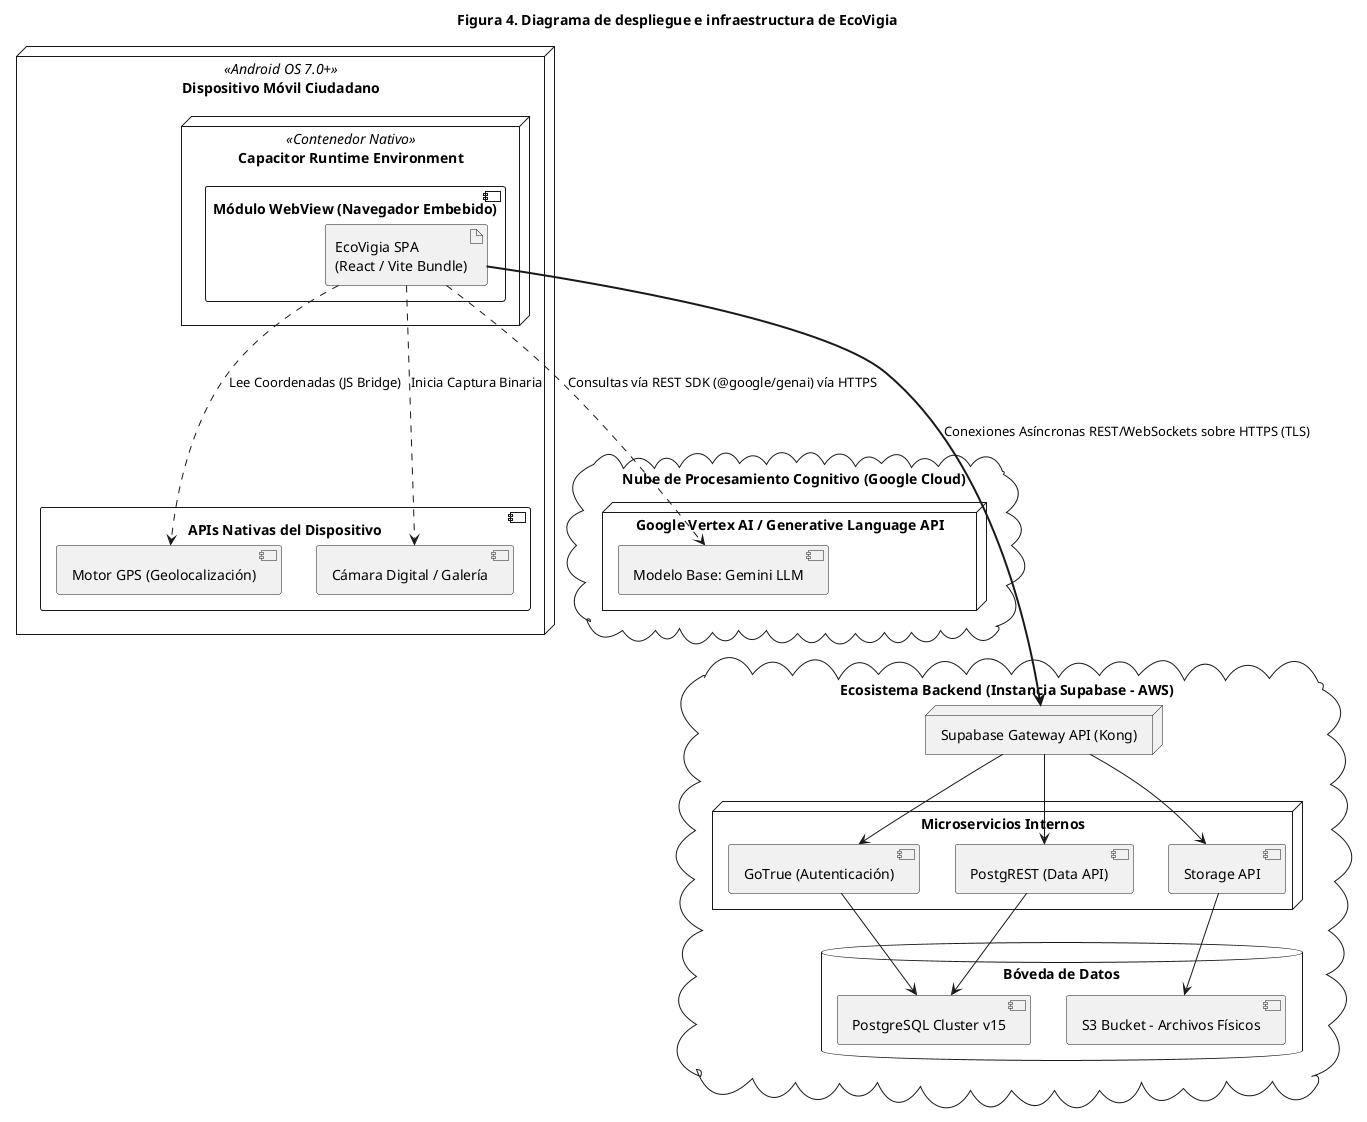
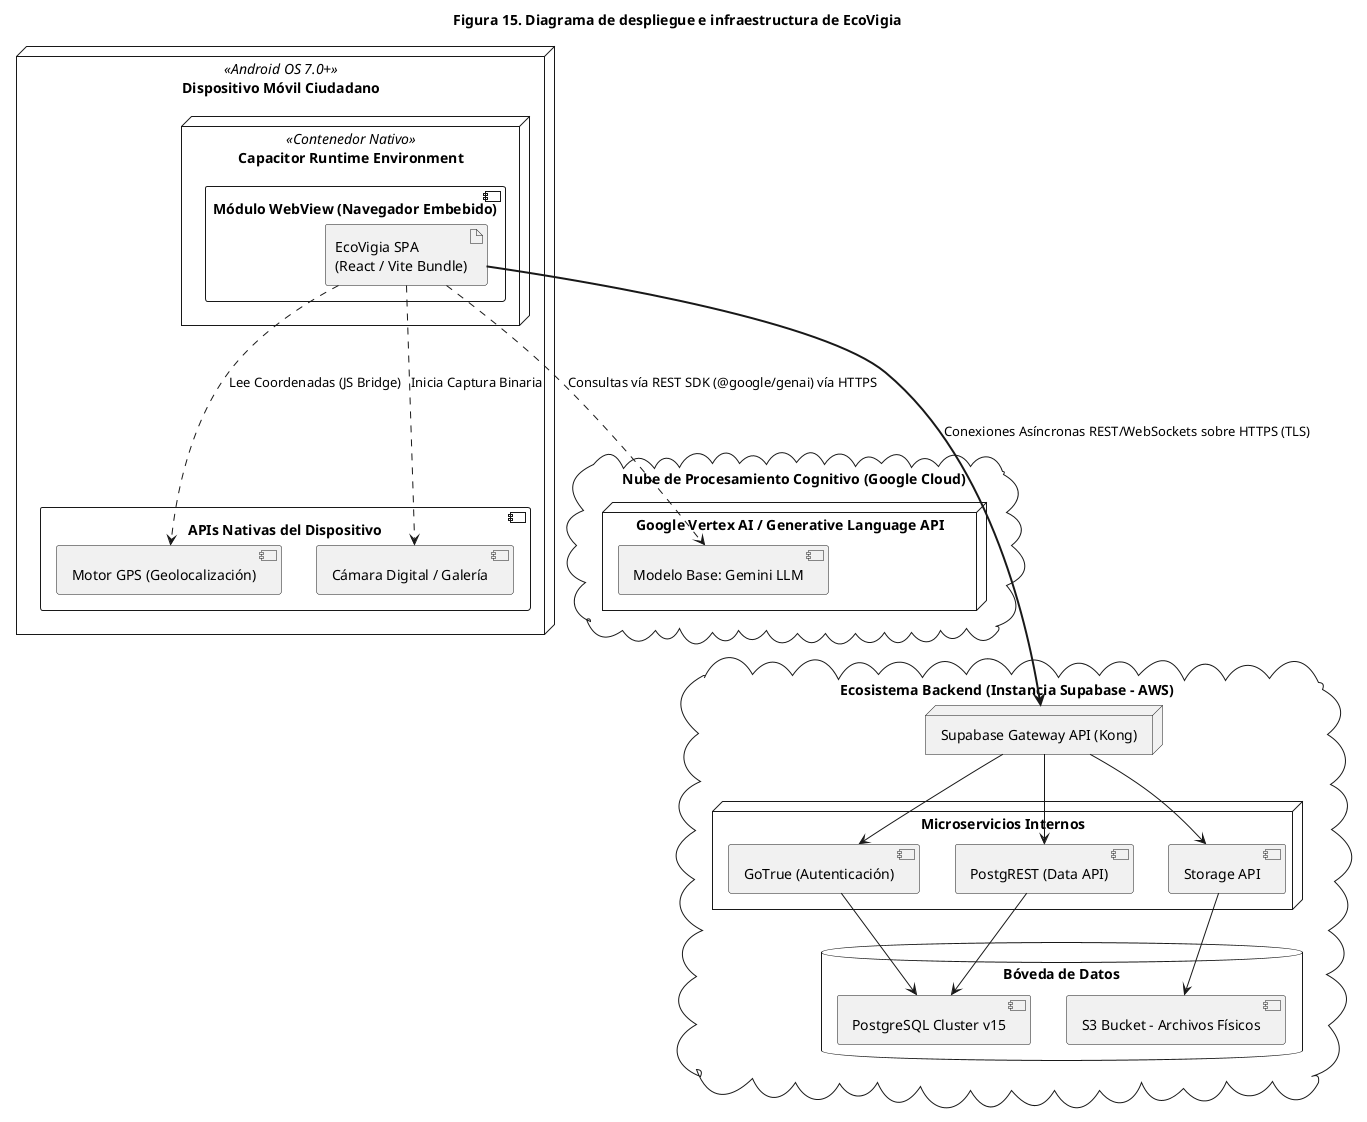
@startuml

- title Figura 4. Diagrama de despliegue e infraestructura de EcoVigia
+ title Figura 15. Diagrama de despliegue e infraestructura de EcoVigia

node "Dispositivo Móvil Ciudadano" <<Android OS 7.0+>> {

  node "Capacitor Runtime Environment" <<Contenedor Nativo>> {
    component "Módulo WebView (Navegador Embebido)" {
      artifact "EcoVigia SPA\n(React / Vite Bundle)" as SPA
    }
  }

  component "APIs Nativas del Dispositivo" {
    [Motor GPS (Geolocalización)] as GPS
    [Cámara Digital / Galería] as Camera
  }

  SPA -.-> GPS : "Lee Coordenadas (JS Bridge)"
  SPA -.-> Camera : "Inicia Captura Binaria"
}

cloud "Nube de Procesamiento Cognitivo (Google Cloud)" as GCP {
  node "Google Vertex AI / Generative Language API" {
     [Modelo Base: Gemini LLM] as LLM
  }
}

cloud "Ecosistema Backend (Instancia Supabase - AWS)" as SupabasePlatform {
  node "Supabase Gateway API (Kong)" as Kong

  node "Microservicios Internos" {
    [GoTrue (Autenticación)] as GoTrue
    [PostgREST (Data API)] as PostgREST
    [Storage API] as StorageAPI
  }

  database "Bóveda de Datos" {
    [PostgreSQL Cluster v15] as Postgres
    [S3 Bucket - Archivos Físicos] as S3
  }

  Kong --> GoTrue
  Kong --> PostgREST
  Kong --> StorageAPI

  GoTrue --> Postgres
  PostgREST --> Postgres
  StorageAPI --> S3
}

' Relaciones de Tráfico de Red (Externas)
SPA ====> Kong : "Conexiones Asíncronas REST/WebSockets sobre HTTPS (TLS)"
SPA ...> LLM : "Consultas vía REST SDK (@google/genai) vía HTTPS"
@enduml
